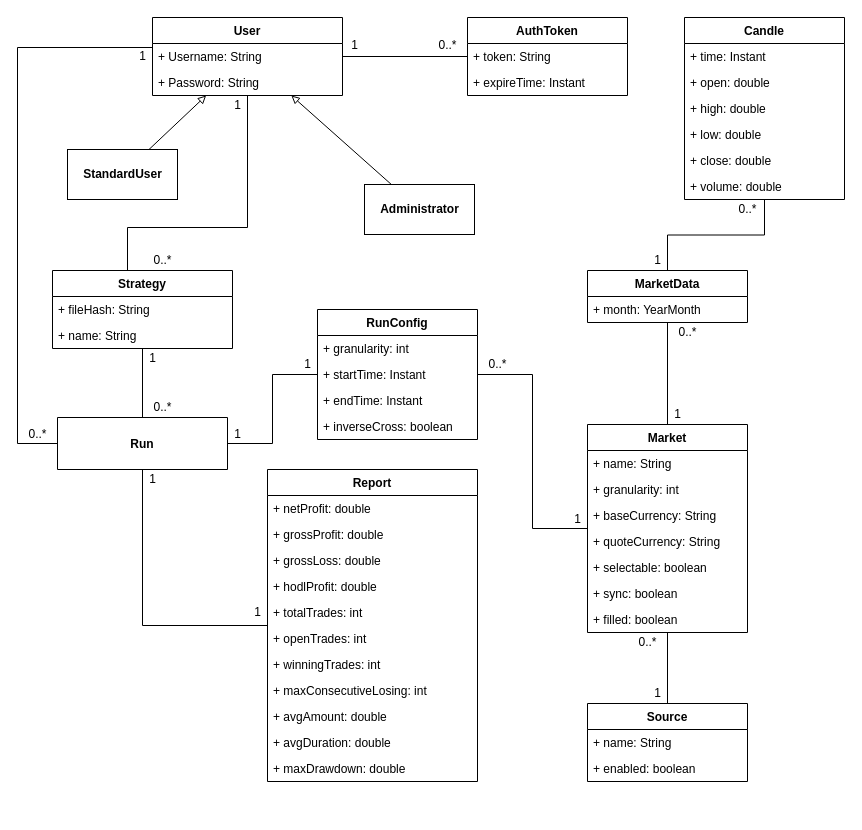
The draw.io diagram drawio/datamodel.drawio in nferrante1/lsmsd2, before the edit. Source tidied: cells renumbered, new cells numbered last; positions are measured from the earlier drawing's top-left corner, leaving out a move shared by most shapes. Both pictures are drawn from the tidied source at 100%, with x=0, y=0 at pixel (17, 17).
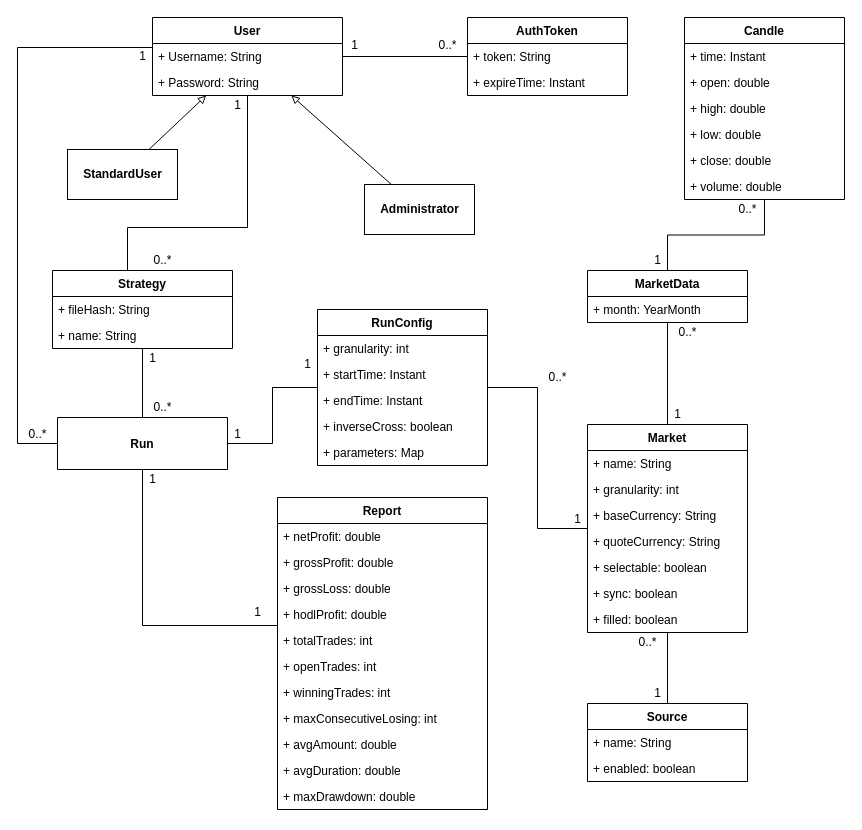
Above is the later version.

What changed in the source:
```diff
@@
     <mxCell id="26" value="RunConfig" style="swimlane;fontStyle=1;align=center;verticalAlign=top;horizontal=1;startSize=26;" parent="1" vertex="1">
-      <mxGeometry x="300" y="292" width="160" height="130" as="geometry" />
+      <mxGeometry x="300" y="292" width="170" height="156" as="geometry" />
     </mxCell>
     <mxCell id="27" value="+ granularity: int" style="text;strokeColor=none;fillColor=none;align=left;verticalAlign=top;spacingLeft=4;spacingRight=4;overflow=hidden;" parent="26" vertex="1">
-      <mxGeometry y="26" width="160" height="26" as="geometry" />
+      <mxGeometry y="26" width="170" height="26" as="geometry" />
     </mxCell>
     <mxCell id="28" value="+ startTime: Instant" style="text;strokeColor=none;fillColor=none;align=left;verticalAlign=top;spacingLeft=4;spacingRight=4;overflow=hidden;" parent="26" vertex="1">
-      <mxGeometry y="52" width="160" height="26" as="geometry" />
+      <mxGeometry y="52" width="170" height="26" as="geometry" />
     </mxCell>
     <mxCell id="29" value="+ endTime: Instant" style="text;strokeColor=none;fillColor=none;align=left;verticalAlign=top;spacingLeft=4;spacingRight=4;overflow=hidden;" parent="26" vertex="1">
-      <mxGeometry y="78" width="160" height="26" as="geometry" />
+      <mxGeometry y="78" width="170" height="26" as="geometry" />
     </mxCell>
     <mxCell id="30" value="+ inverseCross: boolean" style="text;strokeColor=none;fillColor=none;align=left;verticalAlign=top;spacingLeft=4;spacingRight=4;overflow=hidden;" parent="26" vertex="1">
-      <mxGeometry y="104" width="160" height="26" as="geometry" />
+      <mxGeometry y="104" width="170" height="26" as="geometry" />
     </mxCell>
+    <mxCell id="84" value="+ parameters: Map" style="text;strokeColor=none;fillColor=none;align=left;verticalAlign=top;spacingLeft=4;spacingRight=4;overflow=hidden;" parent="26" vertex="1">
+      <mxGeometry y="130" width="170" height="26" as="geometry" />
+    </mxCell>
@@
     <mxCell id="41" value="Report" style="swimlane;fontStyle=1;align=center;verticalAlign=top;horizontal=1;startSize=26;" parent="1" vertex="1">
-      <mxGeometry x="250" y="452" width="210" height="312" as="geometry" />
+      <mxGeometry x="260" y="480" width="210" height="312" as="geometry" />
     </mxCell>
@@
     <mxCell id="69" value="0..*" style="text;html=1;align=center;verticalAlign=middle;" parent="1" vertex="1">
-      <mxGeometry x="460" y="337" width="40" height="20" as="geometry" />
+      <mxGeometry x="520" y="350" width="40" height="20" as="geometry" />
     </mxCell>
```
